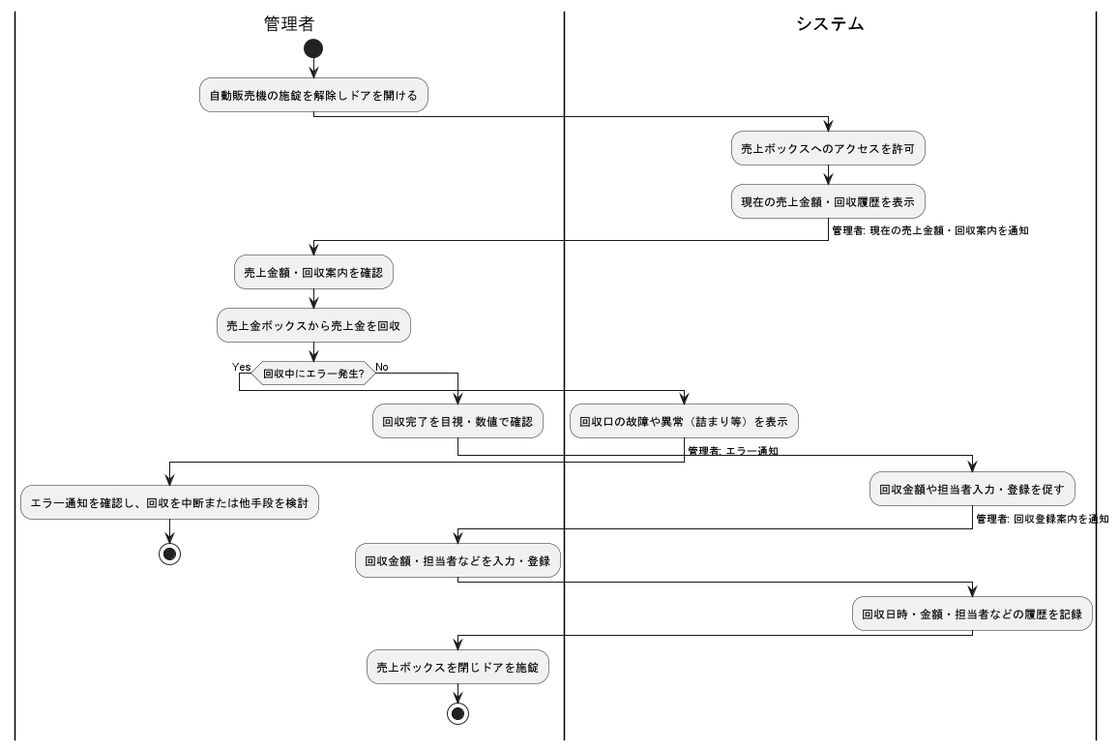
Before: アクティビティ図_ユースケース/売上金を回収する.png, a diagram exported from PlantUML (masaki-kato-119/VendingMachine). Source of this version:
```plantuml
@startuml
|管理者|
  start
  :自動販売機の施錠を解除しドアを開ける;

|システム|
  :売上ボックスへのアクセスを許可;
  :現在の売上金額・回収履歴を表示;
  ->管理者: 現在の売上金額・回収案内を通知;

|管理者|
  :売上金額・回収案内を確認;
  :売上金ボックスから売上金を回収;

  if (回収中にエラー発生?) then (Yes)
    |システム|
      :回収口の故障や異常（詰まり等）を表示;
      ->管理者: エラー通知;
    |管理者|
      :エラー通知を確認し、回収を中断または他手段を検討;
      stop
  else (No)
    :回収完了を目視・数値で確認;
    |システム|
      :回収金額や担当者入力・登録を促す;
      ->管理者: 回収登録案内を通知;
    |管理者|
      :回収金額・担当者などを入力・登録;
    |システム|
      :回収日時・金額・担当者などの履歴を記録;
    |管理者|
      :売上ボックスを閉じドアを施錠;

      stop
  endif
@enduml
```
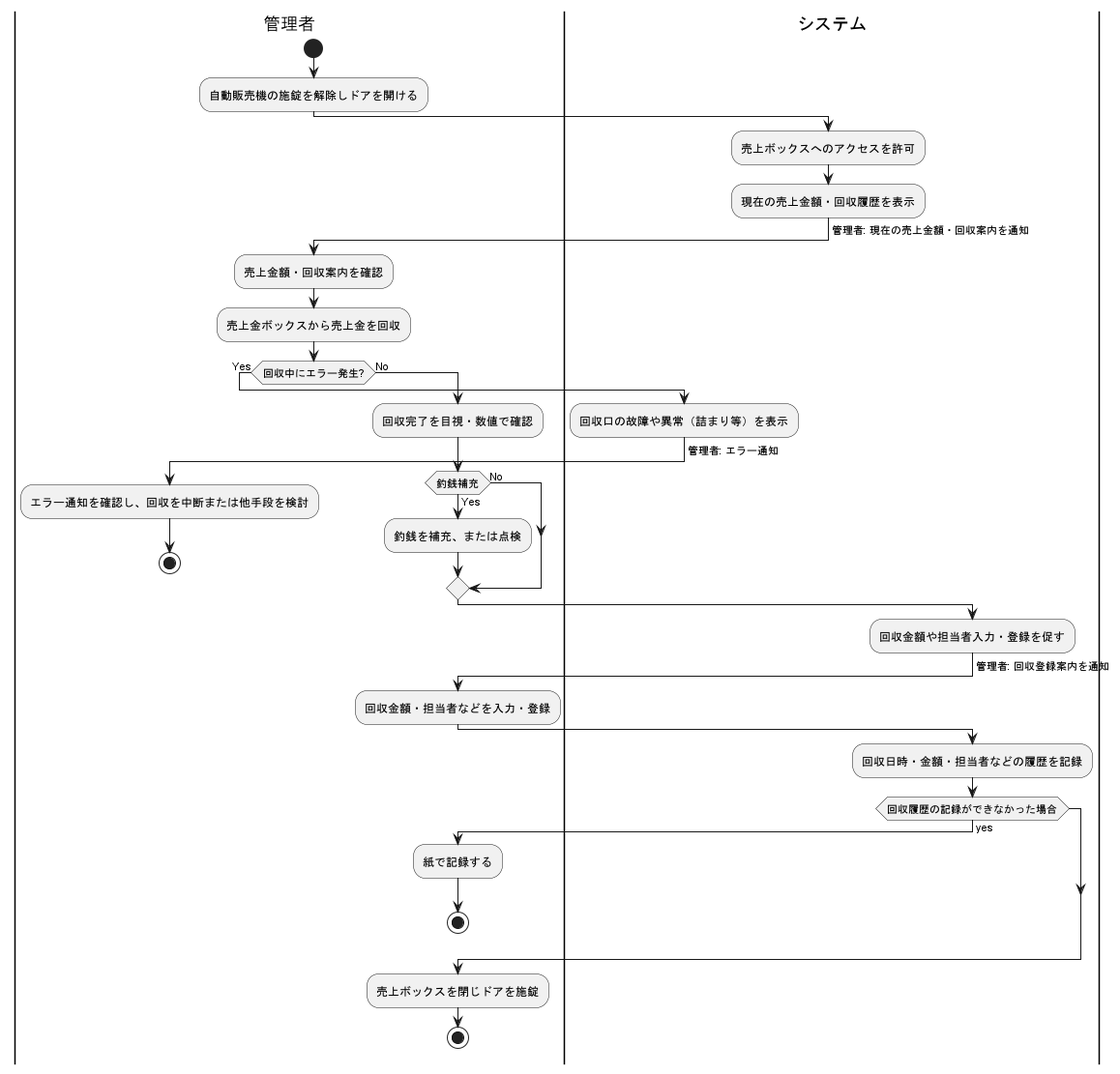
After the commit.

What changed in the source:
```diff
@@ -21,6 +21,11 @@
       stop
   else (No)
     :回収完了を目視・数値で確認;
+    if (釣銭補充) then (Yes)
+    :釣銭を補充、または点検;
+    else (No)
+    endif
+
     |システム|
       :回収金額や担当者入力・登録を促す;
       ->管理者: 回収登録案内を通知;
@@ -28,6 +33,11 @@
       :回収金額・担当者などを入力・登録;
     |システム|
       :回収日時・金額・担当者などの履歴を記録;
+      if (回収履歴の記録ができなかった場合) then (yes)
+        |管理者|
+        :紙で記録する;
+        stop
+      endif
     |管理者|
       :売上ボックスを閉じドアを施錠;
 
```
